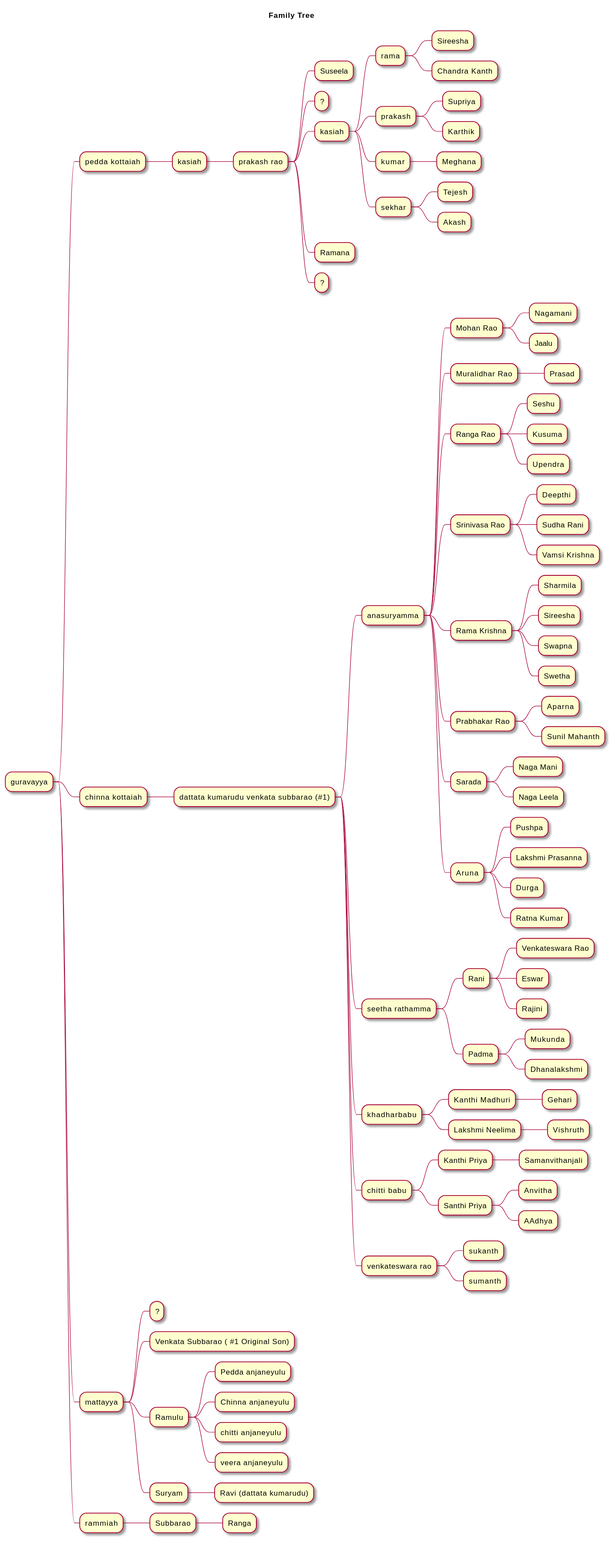
Earlier version of the PlantUML export Docs/sukanth/familytree/FamilyTree.svg (sukanth/FamilyTree). Its diagram source:
```plantuml
@startmindmap
title: Family Tree
* guravayya
  ** pedda kottaiah
    *** kasiah
        **** prakash rao
            ***** Suseela
            ***** ?
            ***** kasiah
                ****** rama
                    ******* Sireesha
                    ******* Chandra Kanth
                ****** prakash
                    ******* Supriya
                    ******* Karthik
                ****** kumar
                    ******* Meghana
                ****** sekhar
                    ******* Tejesh
                    ******* Akash
            ***** Ramana
            ***** ?
  ** chinna kottaiah
    *** dattata kumarudu venkata subbarao (#1)
        **** anasuryamma
            ***** Mohan Rao
                ****** Nagamani
                ****** Jaalu
            ***** Muralidhar Rao
                ****** Prasad
            ***** Ranga Rao
                ****** Seshu
                ****** Kusuma
                ****** Upendra
            ***** Srinivasa Rao
                ****** Deepthi
                ****** Sudha Rani
                ****** Vamsi Krishna
            ***** Rama Krishna
                ****** Sharmila
                ****** Sireesha
                ****** Swapna
                ****** Swetha
            ***** Prabhakar Rao
                ****** Aparna
                ****** Sunil Mahanth
            ***** Sarada
                ****** Naga Mani
                ****** Naga Leela
            ***** Aruna
                ****** Pushpa
                ****** Lakshmi Prasanna
                ****** Durga
                ****** Ratna Kumar
        **** seetha rathamma
            ***** Rani
                ****** Venkateswara Rao
                ****** Eswar
                ****** Rajini
            ***** Padma
                ****** Mukunda
                ****** Dhanalakshmi
        **** khadharbabu
            ***** Kanthi Madhuri
                ****** Gehari
            ***** Lakshmi Neelima
                ****** Vishruth
        **** chitti babu
            ***** Kanthi Priya
                ****** Samanvithanjali
            ***** Santhi Priya
                ****** Anvitha
                ****** AAdhya
        **** venkateswara rao
            ***** sukanth
            ***** sumanth
  ** mattayya
    *** ?
    *** Venkata Subbarao ( #1 Original Son)
    *** Ramulu
        **** Pedda anjaneyulu
        **** Chinna anjaneyulu
        **** chitti anjaneyulu
        **** veera anjaneyulu

    *** Suryam
        **** Ravi (dattata kumarudu)
  ** rammiah
    *** Subbarao
        **** Ranga
@endmindmap
```
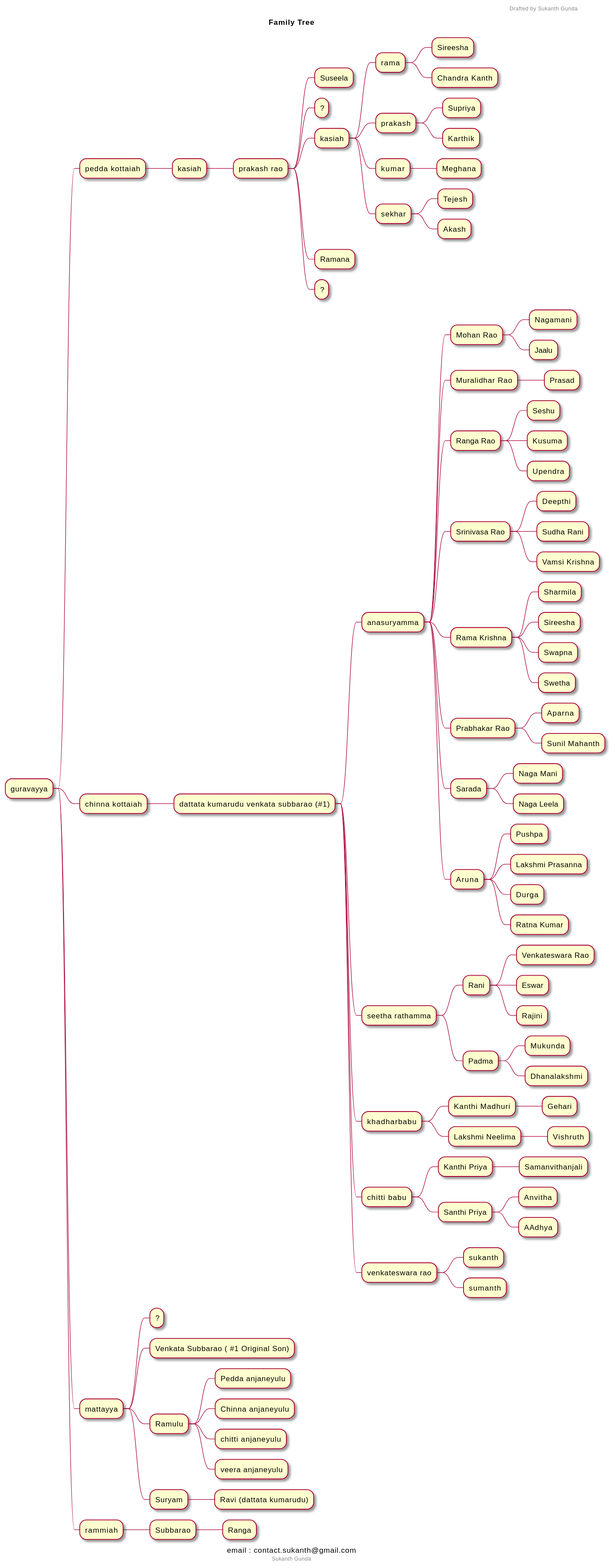
After the commit.

Commit message:
added headers and footers

The edit, as a diff of the source:
```diff
@@ -1,4 +1,5 @@
 @startmindmap
+caption email : contact.sukanth@gmail.com
 title: Family Tree
 * guravayya
   ** pedda kottaiah
@@ -88,4 +89,11 @@
   ** rammiah
     *** Subbarao
         **** Ranga
+
+header
+Drafted by Sukanth Gunda
+endheader
+
+center footer Sukanth Gunda
+
 @endmindmap
```
